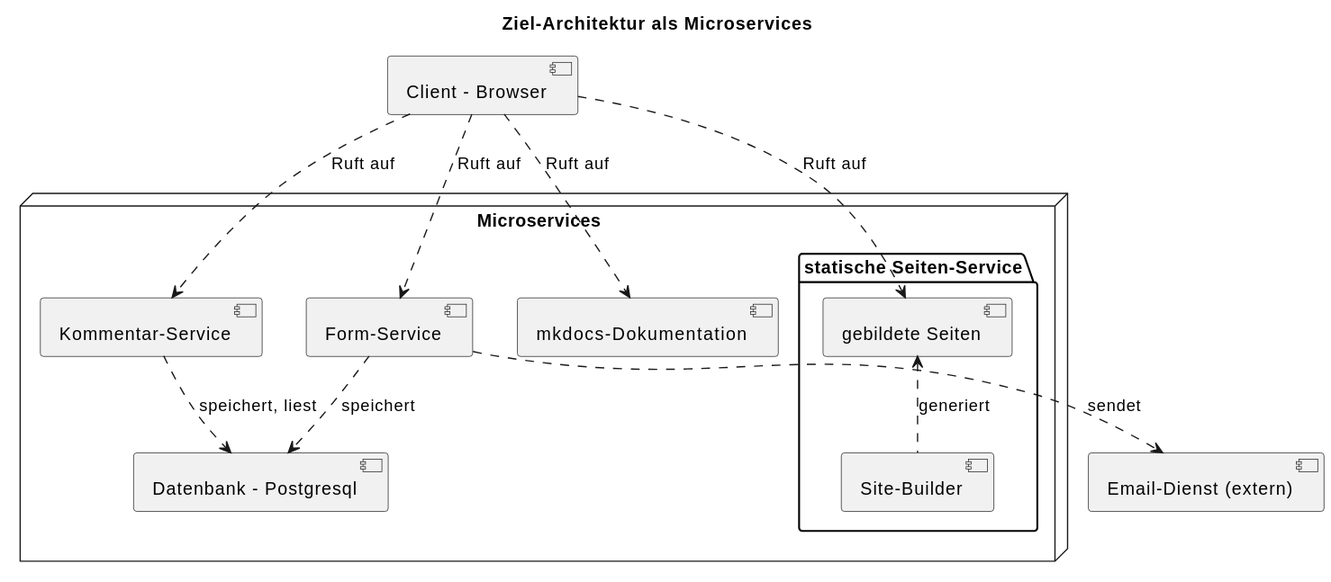
This is mkdocs/docs/microservice_arch.svg from bylexus/m347-dienste-mit-containern-code, a PlantUML export, as it was before one commit.
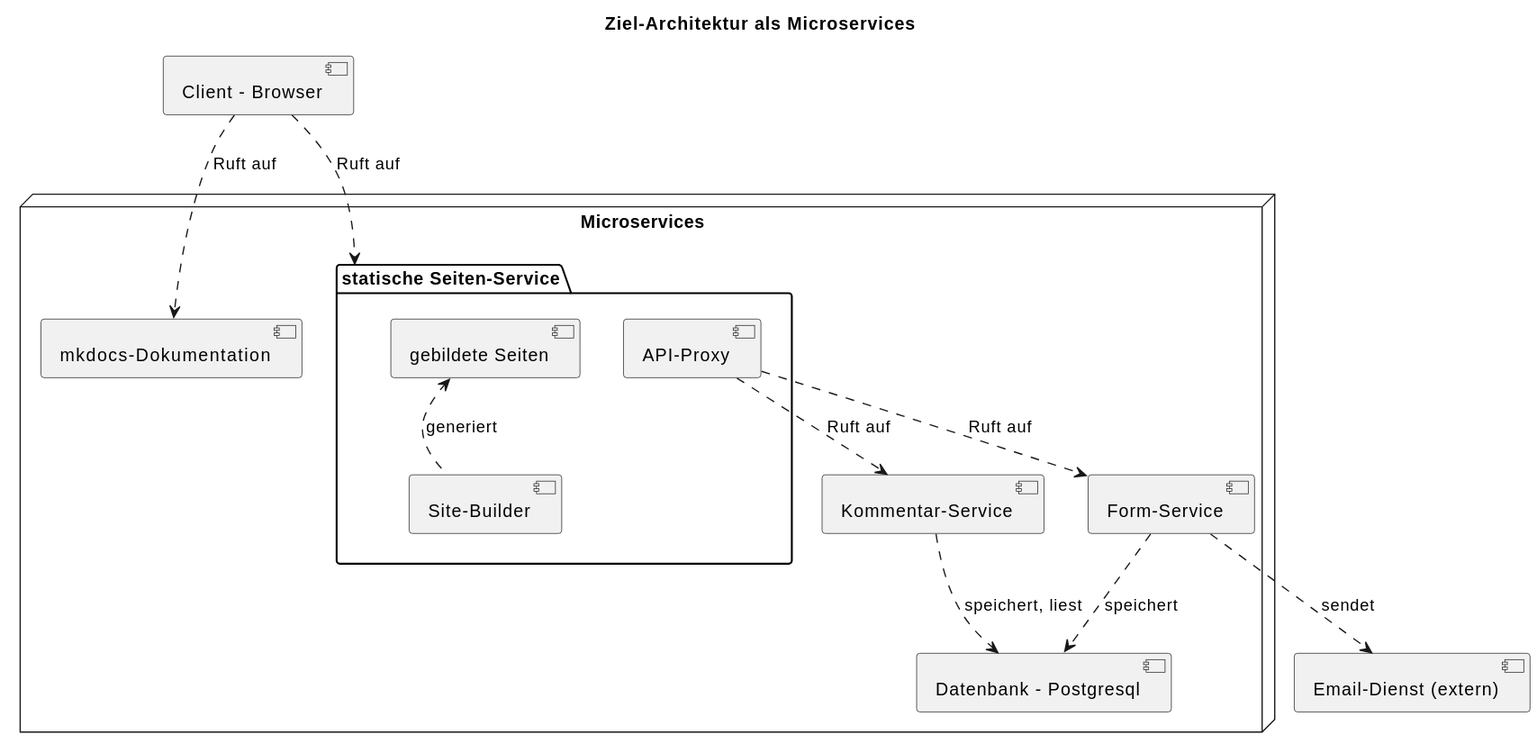
The same diagram one commit later.

The edit, as a diff of the source:
```diff
@@ -4,6 +4,7 @@
 [Client - Browser] as client
 node "Microservices" {
 	package "statische Seiten-Service" as static_site {
+		[API-Proxy] as proxy
 		[gebildete Seiten] as build_site
 		[Site-Builder] as site_builder
 	}
@@ -15,10 +16,10 @@
 
 [Email-Dienst (extern)] as email
 
-client ..> build_site: Ruft auf
+client ..> static_site: Ruft auf
 client ..> doc: Ruft auf
-client ..> form_backend: Ruft auf
-client ..> comment_backend: Ruft auf
+proxy ..> form_backend: Ruft auf
+proxy ..> comment_backend: Ruft auf
 form_backend ..> email: sendet
 form_backend ..> db: speichert
 comment_backend ..> db: speichert, liest
```
